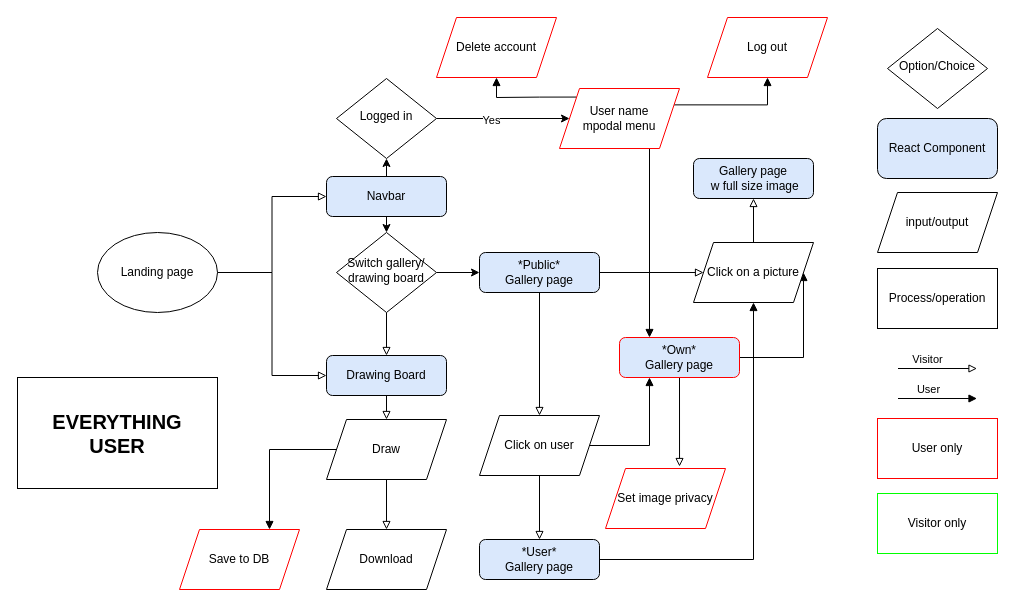
Earlier version of the draw.io diagram page "Everything user" (4 of 7) of pixel/user_stories.drawio (damien-rembert/diagrams). Source tidied: cells renumbered, new cells numbered last; positions are measured from the earlier drawing's top-left corner, leaving out a move shared by most shapes. Both pictures are drawn from the tidied source at 100%, with x=0, y=0 at pixel (17, 17).
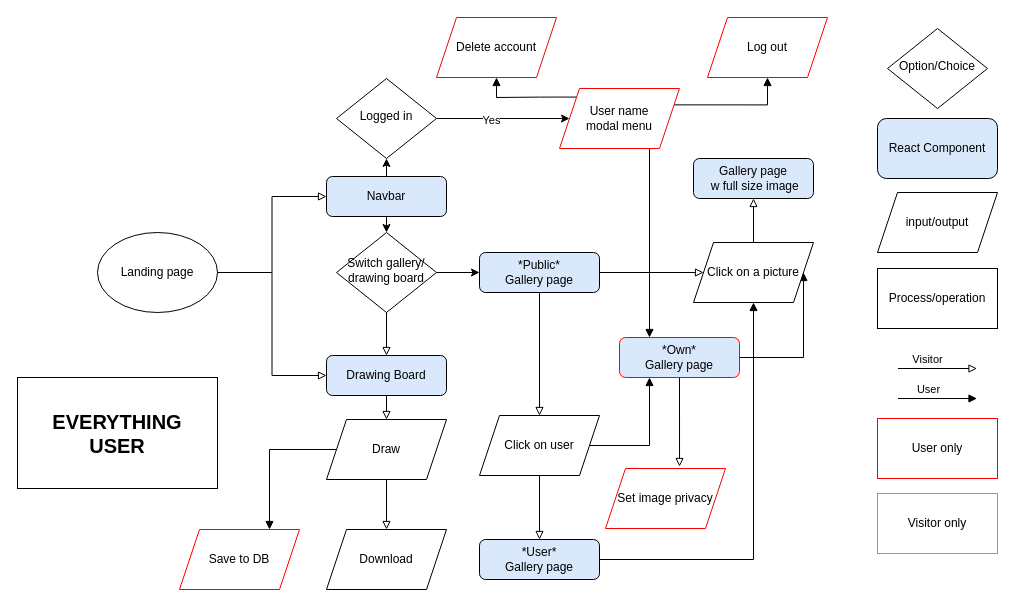
The same diagram, later.

Commit message (it also covers changes not shown here):
Corrected mpodal in user_stories.drawio

Change to the diagram source:
```diff
@@
-    <mxCell id="34" value="&lt;div&gt;User name&lt;/div&gt;&lt;div&gt;mpodal menu&lt;br&gt;&lt;/div&gt;" style="shape=parallelogram;perimeter=parallelogramPerimeter;whiteSpace=wrap;html=1;fixedSize=1;strokeColor=#FF0000;" parent="1" vertex="1">
+    <mxCell id="34" value="&lt;div&gt;User name&lt;/div&gt;&lt;div&gt;modal menu&lt;br&gt;&lt;/div&gt;" style="shape=parallelogram;perimeter=parallelogramPerimeter;whiteSpace=wrap;html=1;fixedSize=1;strokeColor=#FF0000;" parent="1" vertex="1">
       <mxGeometry x="542" y="71" width="120" height="60" as="geometry" />
     </mxCell>
```
